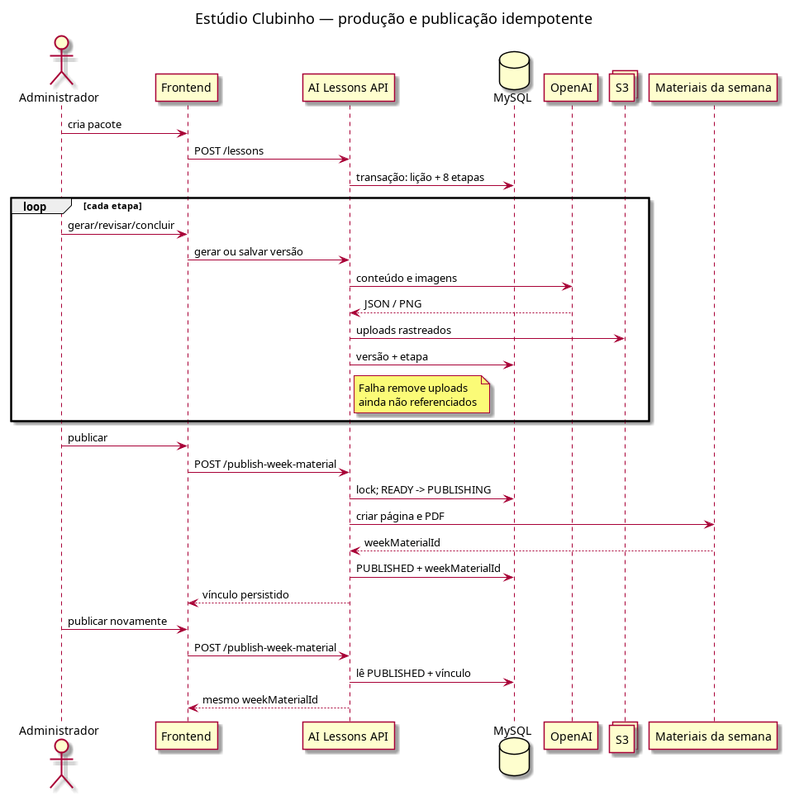
Before: docs/diagrams/flow/ai-lessons/ai-lessons-flow.png, a diagram exported from PlantUML (ministerioclubinhos/clubinhonib-api). Its source is kept beside it as docs/diagrams/flow/ai-lessons/ai-lessons-flow.puml.
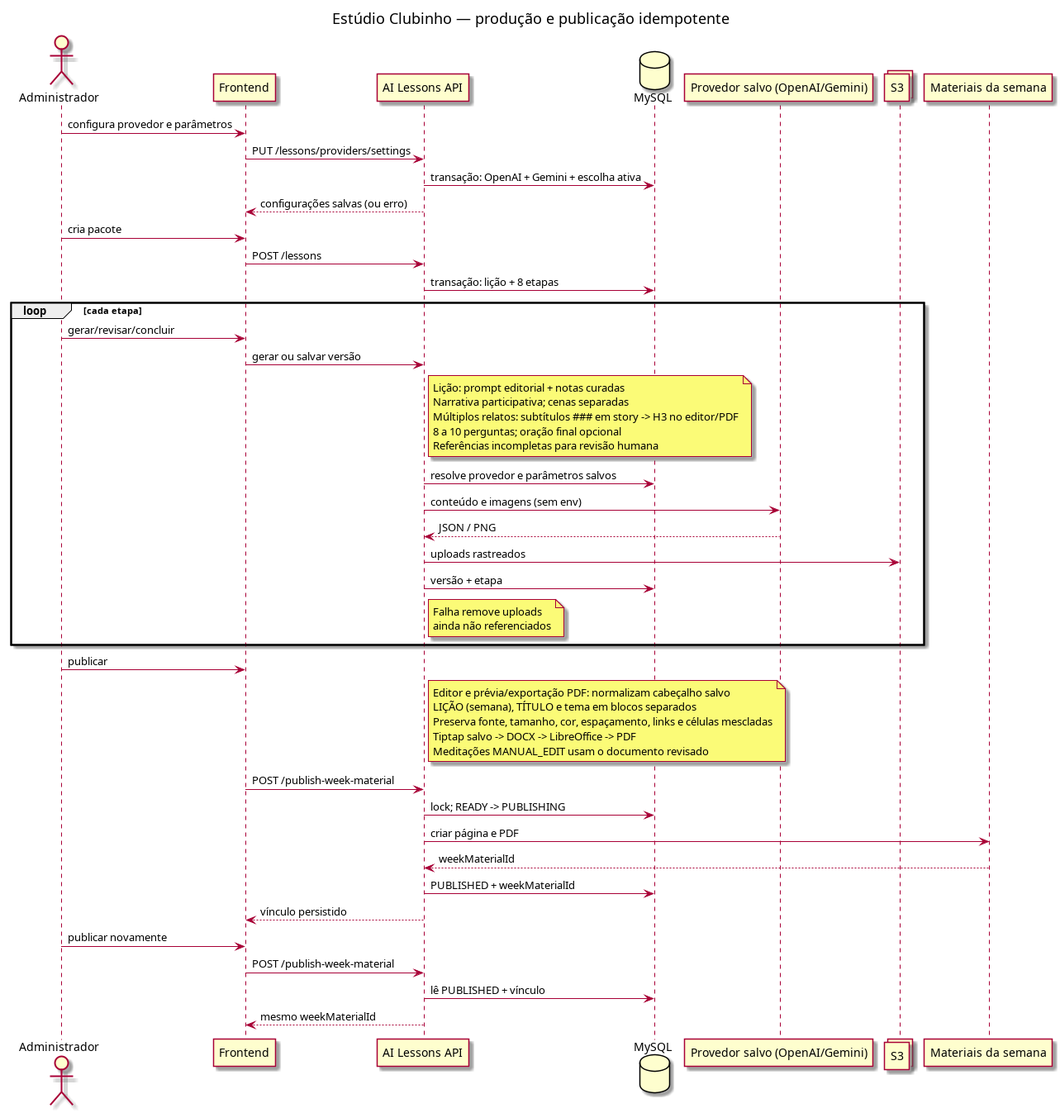
The same diagram one commit later.

What changed in the source:
```diff
@@ -4,9 +4,14 @@
 participant Frontend
 participant "AI Lessons API" as API
 database MySQL
-participant OpenAI
+participant "Provedor salvo (OpenAI/Gemini)" as OpenAI
 collections S3
 participant "Materiais da semana" as Week
+
+Administrador -> Frontend: configura provedor e parâmetros
+Frontend -> API: PUT /lessons/providers/settings
+API -> MySQL: transação: OpenAI + Gemini + escolha ativa
+API --> Frontend: configurações salvas (ou erro)
 
 Administrador -> Frontend: cria pacote
 Frontend -> API: POST /lessons
@@ -15,7 +20,15 @@
 loop cada etapa
   Administrador -> Frontend: gerar/revisar/concluir
   Frontend -> API: gerar ou salvar versão
-  API -> OpenAI: conteúdo e imagens
+  note right of API
+    Lição: prompt editorial + notas curadas
+    Narrativa participativa; cenas separadas
+    Múltiplos relatos: subtítulos ### em story -> H3 no editor/PDF
+    8 a 10 perguntas; oração final opcional
+    Referências incompletas para revisão humana
+  end note
+  API -> MySQL: resolve provedor e parâmetros salvos
+  API -> OpenAI: conteúdo e imagens (sem env)
   OpenAI --> API: JSON / PNG
   API -> S3: uploads rastreados
   API -> MySQL: versão + etapa
@@ -26,6 +39,13 @@
 end
 
 Administrador -> Frontend: publicar
+note right of API
+  Editor e prévia/exportação PDF: normalizam cabeçalho salvo
+  LIÇÃO (semana), TÍTULO e tema em blocos separados
+  Preserva fonte, tamanho, cor, espaçamento, links e células mescladas
+  Tiptap salvo -> DOCX -> LibreOffice -> PDF
+  Meditações MANUAL_EDIT usam o documento revisado
+end note
 Frontend -> API: POST /publish-week-material
 API -> MySQL: lock; READY -> PUBLISHING
 API -> Week: criar página e PDF
```
